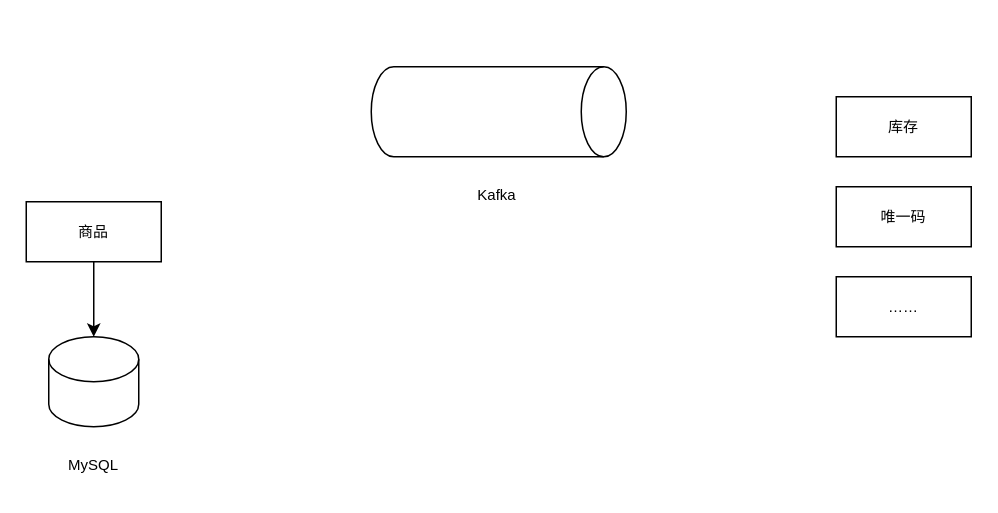
Before: page "数据库优化" (4 of 5) of Untitled Diagram.drawio in vvhard/draw_io, a draw.io diagram. Source tidied: cells renumbered, new cells numbered last; positions are measured from the earlier drawing's top-left corner, leaving out a move shared by most shapes. Both pictures are drawn from the tidied source at 150%, with x=0, y=0 at pixel (26, -16).
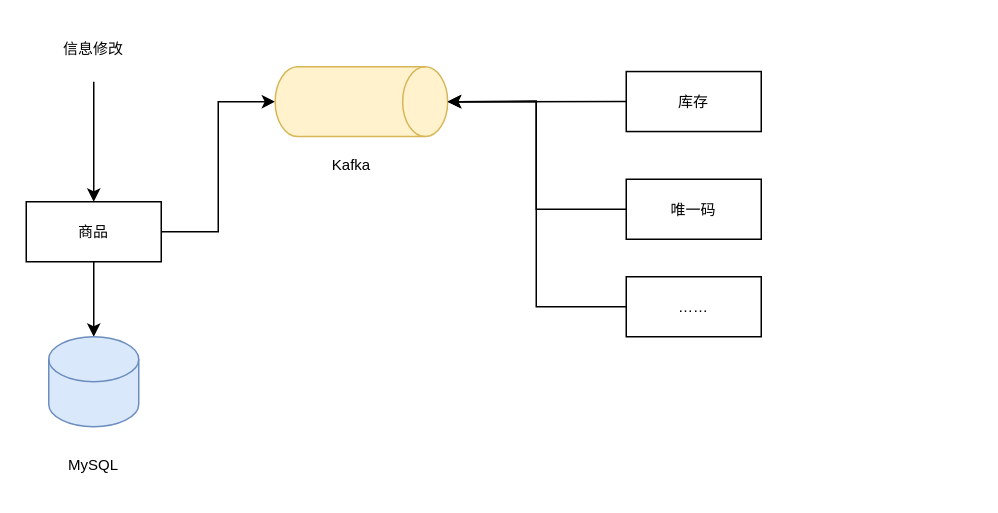
The same diagram, later.

Unchanged cells that the change refers to:
```xml
<mxCell id="3" value="商品" style="rounded=0;whiteSpace=wrap;html=1;fontFamily=Helvetica;fontSize=10;fontColor=default;fillColor=none;gradientColor=none;" parent="1" vertex="1">
  <mxGeometry y="145" width="90" height="40" as="geometry" />
</mxCell>
```

What changed in the source:
```diff
@@
+    <mxCell id="11" style="edgeStyle=orthogonalEdgeStyle;rounded=0;jettySize=auto;html=1;exitX=1;exitY=0.5;exitDx=0;exitDy=0;entryX=0.5;entryY=1;entryDx=0;entryDy=0;entryPerimeter=0;fontFamily=Helvetica;fontSize=10;fontColor=default;strokeColor=#000000;strokeWidth=1;" parent="1" edge="1" source="3" target="4">
+      <mxGeometry relative="1" as="geometry" />
+    </mxCell>
@@
-    <mxCell id="4" style="shape=cylinder3;whiteSpace=wrap;html=1;boundedLbl=1;backgroundOutline=1;size=15;rounded=0;fontFamily=Helvetica;fontSize=10;fontColor=default;fillColor=none;gradientColor=none;rotation=90;" parent="1" vertex="1">
-      <mxGeometry x="285" width="60" height="170" as="geometry" />
+    <mxCell id="4" style="shape=cylinder3;whiteSpace=wrap;html=1;boundedLbl=1;backgroundOutline=1;size=15;rounded=0;fontFamily=Helvetica;fontSize=10;fillColor=#fff2cc;rotation=90;strokeColor=#d6b656;" parent="1" vertex="1">
+      <mxGeometry x="200.2" y="20.8" width="46.5" height="115" as="geometry" />
     </mxCell>
     <mxCell id="5" value="Kafka" style="text;html=1;strokeColor=none;fillColor=none;align=center;verticalAlign=middle;whiteSpace=wrap;rounded=0;fontFamily=Helvetica;fontSize=10;fontColor=default;" parent="1" vertex="1">
-      <mxGeometry x="284" y="125" width="60" height="30" as="geometry" />
+      <mxGeometry x="186.8" y="105" width="60" height="30" as="geometry" />
     </mxCell>
     <mxCell id="6" value="库存" style="rounded=0;whiteSpace=wrap;html=1;fontFamily=Helvetica;fontSize=10;fontColor=default;fillColor=none;gradientColor=none;" parent="1" vertex="1">
-      <mxGeometry x="540" y="75" width="90" height="40" as="geometry" />
+      <mxGeometry x="400" y="58.2" width="90" height="40" as="geometry" />
     </mxCell>
     <mxCell id="7" value="唯一码" style="rounded=0;whiteSpace=wrap;html=1;fontFamily=Helvetica;fontSize=10;fontColor=default;fillColor=none;gradientColor=none;" parent="1" vertex="1">
-      <mxGeometry x="540" y="135" width="90" height="40" as="geometry" />
+      <mxGeometry x="400" y="130" width="90" height="40" as="geometry" />
     </mxCell>
     <mxCell id="8" value="……" style="rounded=0;whiteSpace=wrap;html=1;fontFamily=Helvetica;fontSize=10;fontColor=default;fillColor=none;gradientColor=none;" parent="1" vertex="1">
-      <mxGeometry x="540" y="195" width="90" height="40" as="geometry" />
+      <mxGeometry x="400" y="195" width="90" height="40" as="geometry" />
     </mxCell>
-    <mxCell id="9" style="shape=cylinder3;whiteSpace=wrap;html=1;boundedLbl=1;backgroundOutline=1;size=15;rounded=0;fontFamily=Helvetica;fontSize=10;fontColor=default;fillColor=none;gradientColor=none;" parent="1" vertex="1">
+    <mxCell id="9" style="shape=cylinder3;whiteSpace=wrap;html=1;boundedLbl=1;backgroundOutline=1;size=15;rounded=0;fontFamily=Helvetica;fontSize=10;fillColor=#dae8fc;strokeColor=#6c8ebf;" parent="1" vertex="1">
       <mxGeometry x="15" y="235" width="60" height="60" as="geometry" />
     </mxCell>
@@
+    <mxCell id="12" style="endArrow=classic;html=1;rounded=0;fontFamily=Helvetica;fontSize=10;fontColor=default;strokeColor=#000000;strokeWidth=1;entryX=0.5;entryY=0;entryDx=0;entryDy=0;entryPerimeter=0;exitX=0;exitY=0.5;exitDx=0;exitDy=0;" parent="1" edge="1" source="6" target="4">
+      <mxGeometry relative="1" as="geometry" />
+    </mxCell>
+    <mxCell id="13" style="endArrow=classic;html=1;rounded=0;fontFamily=Helvetica;fontSize=10;fontColor=default;strokeColor=#000000;strokeWidth=1;exitX=0;exitY=0.5;exitDx=0;exitDy=0;entryX=0.5;entryY=0;entryDx=0;entryDy=0;entryPerimeter=0;" parent="1" edge="1" source="7" target="4">
+      <mxGeometry relative="1" as="geometry">
+        <Array as="points">
+          <mxPoint x="340" y="150" />
+          <mxPoint x="340" y="78" />
+        </Array>
+      </mxGeometry>
+    </mxCell>
+    <mxCell id="14" style="endArrow=classic;html=1;rounded=0;fontFamily=Helvetica;fontSize=10;fontColor=default;strokeColor=#000000;strokeWidth=1;entryX=0.5;entryY=0;entryDx=0;entryDy=0;entryPerimeter=0;exitX=0;exitY=0.5;exitDx=0;exitDy=0;" parent="1" edge="1" source="8" target="4">
+      <mxGeometry relative="1" as="geometry">
+        <Array as="points">
+          <mxPoint x="340" y="215" />
+          <mxPoint x="340" y="78" />
+        </Array>
+      </mxGeometry>
+    </mxCell>
+    <mxCell id="15" style="endArrow=classic;html=1;rounded=0;fontFamily=Helvetica;fontSize=10;fontColor=default;strokeColor=#000000;strokeWidth=1;entryX=0.5;entryY=0;entryDx=0;entryDy=0;" parent="1" edge="1" target="3">
+      <mxGeometry relative="1" as="geometry">
+        <mxPoint x="45" y="65" as="sourcePoint" />
+      </mxGeometry>
+    </mxCell>
+    <mxCell id="16" value="信息修改" style="text;html=1;strokeColor=none;fillColor=none;align=center;verticalAlign=middle;whiteSpace=wrap;rounded=0;fontFamily=Helvetica;fontSize=10;fontColor=default;" parent="1" vertex="1">
+      <mxGeometry x="15" y="28" width="60" height="30" as="geometry" />
+    </mxCell>
```
